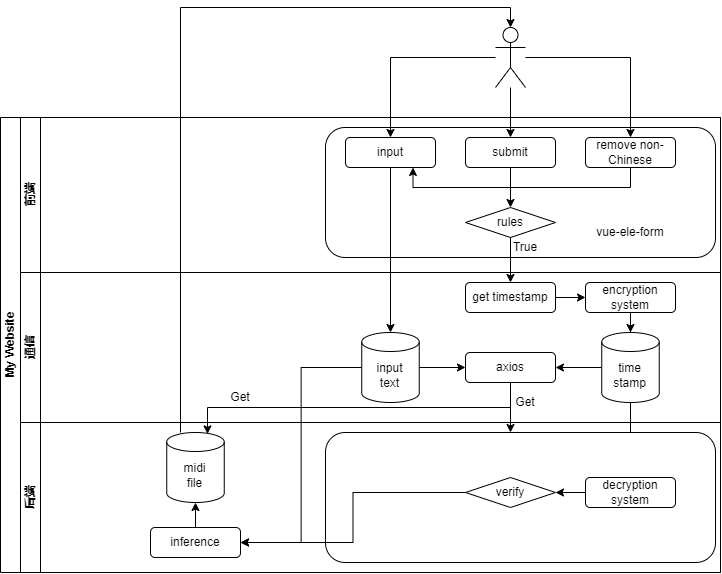
xqy2006/MyAIDemo keeps this draw.io diagram as Untitled Diagram.drawio.png. Above is the earlier version. Source tidied: cells renumbered, new cells last; positions are measured from the earlier drawing's top-left corner, leaving out a move shared by most shapes. Source of this version:
```xml
<mxGraphModel>
  <root>
    <mxCell id="0" />
    <mxCell id="1" parent="0" />
    <mxCell id="2" value="My Website" style="swimlane;html=1;horizontal=0;startSize=20;" parent="1" vertex="1">
      <mxGeometry y="110" width="720" height="455" as="geometry" />
    </mxCell>
    <mxCell id="3" value="前端" style="swimlane;html=1;startSize=20;horizontal=0;" parent="2" vertex="1">
      <mxGeometry x="20" width="700" height="155" as="geometry" />
    </mxCell>
    <mxCell id="4" style="rounded=1;whiteSpace=wrap;html=1;" parent="3" vertex="1">
      <mxGeometry x="305" y="10" width="390" height="130" as="geometry" />
    </mxCell>
    <mxCell id="5" value="input" style="rounded=1;whiteSpace=wrap;html=1;" parent="3" vertex="1">
      <mxGeometry x="325" y="20" width="90" height="30" as="geometry" />
    </mxCell>
    <mxCell id="6" style="edgeStyle=orthogonalEdgeStyle;rounded=0;jettySize=auto;html=1;" parent="3" edge="1" source="7" target="10">
      <mxGeometry relative="1" as="geometry" />
    </mxCell>
    <mxCell id="7" value="submit" style="rounded=1;whiteSpace=wrap;html=1;" parent="3" vertex="1">
      <mxGeometry x="445" y="20" width="90" height="30" as="geometry" />
    </mxCell>
    <mxCell id="8" style="edgeStyle=orthogonalEdgeStyle;rounded=0;jettySize=auto;html=1;fontSize=11;entryX=0.75;entryY=1;entryDx=0;entryDy=0;" parent="3" edge="1" source="9" target="5">
      <mxGeometry relative="1" as="geometry">
        <Array as="points">
          <mxPoint x="610" y="70" />
          <mxPoint x="393" y="70" />
        </Array>
      </mxGeometry>
    </mxCell>
    <mxCell id="9" value="remove non-Chinese" style="rounded=1;whiteSpace=wrap;html=1;" parent="3" vertex="1">
      <mxGeometry x="565" y="20" width="90" height="30" as="geometry" />
    </mxCell>
    <mxCell id="10" value="rules" style="rhombus;whiteSpace=wrap;html=1;" parent="3" vertex="1">
      <mxGeometry x="445" y="90" width="90" height="30" as="geometry" />
    </mxCell>
    <mxCell id="11" value="True" style="text;html=1;strokeColor=none;fillColor=none;align=center;verticalAlign=middle;whiteSpace=wrap;rounded=0;" parent="3" vertex="1">
      <mxGeometry x="475" y="115" width="60" height="30" as="geometry" />
    </mxCell>
    <mxCell id="12" value="vue-ele-form" style="text;html=1;strokeColor=none;fillColor=none;align=center;verticalAlign=middle;whiteSpace=wrap;rounded=0;fontSize=11;" parent="3" vertex="1">
      <mxGeometry x="555" y="100" width="110" height="30" as="geometry" />
    </mxCell>
    <mxCell id="13" style="edgeStyle=orthogonalEdgeStyle;rounded=0;jettySize=auto;html=1;" parent="2" edge="1" source="10" target="19">
      <mxGeometry relative="1" as="geometry" />
    </mxCell>
    <mxCell id="14" style="edgeStyle=orthogonalEdgeStyle;rounded=0;jettySize=auto;html=1;entryX=0.5;entryY=0;entryDx=0;entryDy=0;entryPerimeter=0;fontSize=11;" parent="2" edge="1" source="5" target="25">
      <mxGeometry relative="1" as="geometry" />
    </mxCell>
    <mxCell id="15" style="edgeStyle=orthogonalEdgeStyle;rounded=0;jettySize=auto;html=1;fontSize=11;" parent="2" edge="1" source="26">
      <mxGeometry relative="1" as="geometry">
        <mxPoint x="510" y="315" as="targetPoint" />
      </mxGeometry>
    </mxCell>
    <mxCell id="16" style="edgeStyle=orthogonalEdgeStyle;rounded=0;jettySize=auto;html=1;fontSize=11;" parent="2" edge="1" source="23" target="32">
      <mxGeometry relative="1" as="geometry" />
    </mxCell>
    <mxCell id="17" value="通信" style="swimlane;html=1;startSize=20;horizontal=0;" parent="2" vertex="1">
      <mxGeometry x="20" y="155" width="700" height="150" as="geometry" />
    </mxCell>
    <mxCell id="18" style="edgeStyle=orthogonalEdgeStyle;rounded=0;jettySize=auto;html=1;entryX=0;entryY=0.5;entryDx=0;entryDy=0;" parent="17" edge="1" source="19" target="21">
      <mxGeometry relative="1" as="geometry" />
    </mxCell>
    <mxCell id="19" value="get timestamp" style="rounded=1;whiteSpace=wrap;html=1;" parent="17" vertex="1">
      <mxGeometry x="445" y="10" width="90" height="30" as="geometry" />
    </mxCell>
    <mxCell id="20" style="edgeStyle=orthogonalEdgeStyle;rounded=0;jettySize=auto;html=1;entryX=0.5;entryY=0;entryDx=0;entryDy=0;entryPerimeter=0;fontSize=11;" parent="17" edge="1" source="21" target="23">
      <mxGeometry relative="1" as="geometry" />
    </mxCell>
    <mxCell id="21" value="encryption system" style="rounded=1;whiteSpace=wrap;html=1;" parent="17" vertex="1">
      <mxGeometry x="565" y="10" width="90" height="30" as="geometry" />
    </mxCell>
    <mxCell id="22" style="edgeStyle=orthogonalEdgeStyle;rounded=0;jettySize=auto;html=1;entryX=1;entryY=0.5;entryDx=0;entryDy=0;fontSize=11;" parent="17" edge="1" source="23" target="26">
      <mxGeometry relative="1" as="geometry" />
    </mxCell>
    <mxCell id="23" value="&lt;font style=&quot;font-size: 11px;&quot;&gt;time&lt;br&gt;stamp&lt;/font&gt;" style="shape=cylinder3;whiteSpace=wrap;html=1;boundedLbl=1;backgroundOutline=1;size=9.5;fontSize=6;" parent="17" vertex="1">
      <mxGeometry x="581.2" y="60" width="57.5" height="70" as="geometry" />
    </mxCell>
    <mxCell id="24" style="edgeStyle=orthogonalEdgeStyle;rounded=0;jettySize=auto;html=1;entryX=0;entryY=0.5;entryDx=0;entryDy=0;fontSize=11;" parent="17" edge="1" source="25" target="26">
      <mxGeometry relative="1" as="geometry" />
    </mxCell>
    <mxCell id="25" value="&lt;font style=&quot;font-size: 11px;&quot;&gt;input&lt;br&gt;text&lt;br&gt;&lt;/font&gt;" style="shape=cylinder3;whiteSpace=wrap;html=1;boundedLbl=1;backgroundOutline=1;size=9.5;fontSize=6;" parent="17" vertex="1">
      <mxGeometry x="341.2" y="60" width="57.5" height="70" as="geometry" />
    </mxCell>
    <mxCell id="26" value="axios" style="rounded=1;whiteSpace=wrap;html=1;fontSize=11;" parent="17" vertex="1">
      <mxGeometry x="445" y="80" width="90" height="30" as="geometry" />
    </mxCell>
    <mxCell id="27" value="Get" style="text;html=1;strokeColor=none;fillColor=none;align=center;verticalAlign=middle;whiteSpace=wrap;rounded=0;fontSize=11;" parent="17" vertex="1">
      <mxGeometry x="475" y="115" width="60" height="30" as="geometry" />
    </mxCell>
    <mxCell id="28" value="Get" style="text;html=1;strokeColor=none;fillColor=none;align=center;verticalAlign=middle;whiteSpace=wrap;rounded=0;fontSize=11;" parent="17" vertex="1">
      <mxGeometry x="190" y="110" width="60" height="30" as="geometry" />
    </mxCell>
    <mxCell id="29" value="后端" style="swimlane;html=1;startSize=20;horizontal=0;" parent="2" vertex="1">
      <mxGeometry x="20" y="305" width="700" height="150" as="geometry" />
    </mxCell>
    <mxCell id="30" style="rounded=1;whiteSpace=wrap;html=1;" parent="29" vertex="1">
      <mxGeometry x="305" y="10" width="390" height="130" as="geometry" />
    </mxCell>
    <mxCell id="31" style="edgeStyle=orthogonalEdgeStyle;rounded=0;jettySize=auto;html=1;entryX=1;entryY=0.5;entryDx=0;entryDy=0;fontSize=11;" parent="29" edge="1" source="32" target="34">
      <mxGeometry relative="1" as="geometry" />
    </mxCell>
    <mxCell id="32" value="decryption&lt;br&gt;system" style="rounded=1;whiteSpace=wrap;html=1;fontSize=11;" parent="29" vertex="1">
      <mxGeometry x="565" y="55" width="90" height="30" as="geometry" />
    </mxCell>
    <mxCell id="33" style="edgeStyle=orthogonalEdgeStyle;rounded=0;jettySize=auto;html=1;entryX=1;entryY=0.5;entryDx=0;entryDy=0;fontSize=11;" parent="29" edge="1" source="34" target="36">
      <mxGeometry relative="1" as="geometry" />
    </mxCell>
    <mxCell id="34" value="verify" style="rhombus;whiteSpace=wrap;html=1;fontSize=11;" parent="29" vertex="1">
      <mxGeometry x="445" y="55" width="90" height="30" as="geometry" />
    </mxCell>
    <mxCell id="35" style="edgeStyle=orthogonalEdgeStyle;rounded=0;jettySize=auto;html=1;exitX=0.5;exitY=0;exitDx=0;exitDy=0;entryX=0.5;entryY=1;entryDx=0;entryDy=0;entryPerimeter=0;fontSize=11;" parent="29" edge="1" source="36" target="37">
      <mxGeometry relative="1" as="geometry" />
    </mxCell>
    <mxCell id="36" value="inference" style="rounded=1;whiteSpace=wrap;html=1;fontSize=11;" parent="29" vertex="1">
      <mxGeometry x="130" y="105" width="90" height="30" as="geometry" />
    </mxCell>
    <mxCell id="37" value="&lt;font style=&quot;font-size: 11px;&quot;&gt;midi&lt;br&gt;file&lt;br&gt;&lt;/font&gt;" style="shape=cylinder3;whiteSpace=wrap;html=1;boundedLbl=1;backgroundOutline=1;size=9.5;fontSize=6;" parent="29" vertex="1">
      <mxGeometry x="146.2" y="10" width="57.5" height="70" as="geometry" />
    </mxCell>
    <mxCell id="38" style="edgeStyle=orthogonalEdgeStyle;rounded=0;jettySize=auto;html=1;entryX=1;entryY=0.5;entryDx=0;entryDy=0;fontSize=11;" parent="2" edge="1" source="25" target="36">
      <mxGeometry relative="1" as="geometry" />
    </mxCell>
    <mxCell id="39" style="edgeStyle=orthogonalEdgeStyle;rounded=0;jettySize=auto;html=1;exitX=0.5;exitY=1;exitDx=0;exitDy=0;fontSize=11;entryX=0.709;entryY=0.02;entryDx=0;entryDy=0;entryPerimeter=0;" parent="2" edge="1" source="26" target="37">
      <mxGeometry relative="1" as="geometry" />
    </mxCell>
    <mxCell id="40" style="edgeStyle=orthogonalEdgeStyle;rounded=0;jettySize=auto;html=1;entryX=0.5;entryY=0;entryDx=0;entryDy=0;" parent="1" edge="1" source="43" target="5">
      <mxGeometry relative="1" as="geometry" />
    </mxCell>
    <mxCell id="41" style="edgeStyle=orthogonalEdgeStyle;rounded=0;jettySize=auto;html=1;entryX=0.5;entryY=0;entryDx=0;entryDy=0;" parent="1" edge="1" source="43" target="7">
      <mxGeometry relative="1" as="geometry" />
    </mxCell>
    <mxCell id="42" style="edgeStyle=orthogonalEdgeStyle;rounded=0;jettySize=auto;html=1;" parent="1" edge="1" source="43" target="9">
      <mxGeometry relative="1" as="geometry" />
    </mxCell>
    <mxCell id="43" style="shape=umlActor;verticalLabelPosition=bottom;verticalAlign=top;html=1;outlineConnect=0;" parent="1" vertex="1">
      <mxGeometry x="495" y="20" width="30" height="60" as="geometry" />
    </mxCell>
    <mxCell id="44" style="edgeStyle=orthogonalEdgeStyle;rounded=0;jettySize=auto;html=1;entryX=0.5;entryY=0;entryDx=0;entryDy=0;entryPerimeter=0;fontSize=11;" parent="1" edge="1" source="37" target="43">
      <mxGeometry relative="1" as="geometry">
        <Array as="points">
          <mxPoint x="180" />
          <mxPoint x="510" />
        </Array>
      </mxGeometry>
    </mxCell>
  </root>
</mxGraphModel>
```
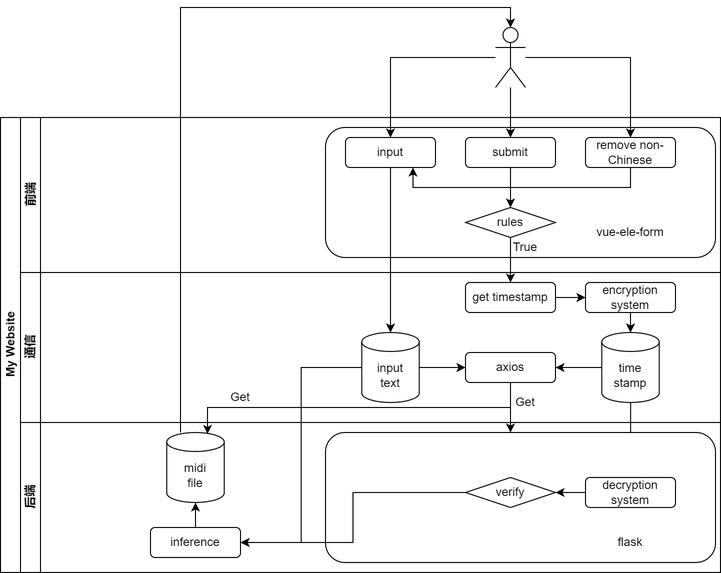
After the change.

Change to the diagram source:
```diff
@@ -117,6 +117,9 @@
     <mxCell id="37" value="&lt;font style=&quot;font-size: 11px;&quot;&gt;midi&lt;br&gt;file&lt;br&gt;&lt;/font&gt;" style="shape=cylinder3;whiteSpace=wrap;html=1;boundedLbl=1;backgroundOutline=1;size=9.5;fontSize=6;" parent="29" vertex="1">
       <mxGeometry x="146.2" y="10" width="57.5" height="70" as="geometry" />
     </mxCell>
+    <mxCell id="45" value="flask" style="text;html=1;strokeColor=none;fillColor=none;align=center;verticalAlign=middle;whiteSpace=wrap;rounded=0;fontSize=11;" parent="29" vertex="1">
+      <mxGeometry x="555" y="105" width="110" height="30" as="geometry" />
+    </mxCell>
     <mxCell id="38" style="edgeStyle=orthogonalEdgeStyle;rounded=0;jettySize=auto;html=1;entryX=1;entryY=0.5;entryDx=0;entryDy=0;fontSize=11;" parent="2" edge="1" source="25" target="36">
       <mxGeometry relative="1" as="geometry" />
     </mxCell>
```
